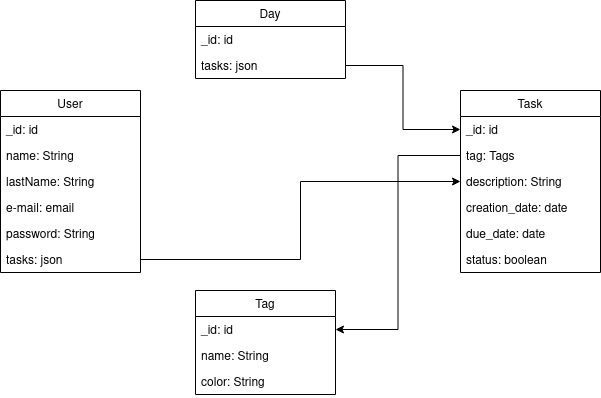
Above: Untitled Diagram.png in EstefaniaLaverde/proyectoDesarrollo (draw.io), before the change. Source tidied: cells renumbered, new cells last; positions are measured from the earlier drawing's top-left corner, leaving out a move shared by most shapes. Source of this version:
```xml
<mxGraphModel>
  <root>
    <mxCell id="0" />
    <mxCell id="1" parent="0" />
    <mxCell id="2" value="User" style="swimlane;fontStyle=0;horizontal=1;startSize=26;fillColor=none;" parent="1" vertex="1">
      <mxGeometry y="90" width="140" height="182" as="geometry" />
    </mxCell>
    <mxCell id="3" value="_id: id" style="text;strokeColor=none;fillColor=none;align=left;verticalAlign=top;spacingLeft=4;spacingRight=4;overflow=hidden;" parent="2" vertex="1">
      <mxGeometry y="26" width="140" height="26" as="geometry" />
    </mxCell>
    <mxCell id="4" value="name: String" style="text;strokeColor=none;fillColor=none;align=left;verticalAlign=top;spacingLeft=4;spacingRight=4;overflow=hidden;" parent="2" vertex="1">
      <mxGeometry y="52" width="140" height="26" as="geometry" />
    </mxCell>
    <mxCell id="5" value="lastName: String" style="text;strokeColor=none;fillColor=none;align=left;verticalAlign=top;spacingLeft=4;spacingRight=4;overflow=hidden;" parent="2" vertex="1">
      <mxGeometry y="78" width="140" height="26" as="geometry" />
    </mxCell>
    <mxCell id="6" value="e-mail: email" style="text;strokeColor=none;fillColor=none;align=left;verticalAlign=top;spacingLeft=4;spacingRight=4;overflow=hidden;" parent="2" vertex="1">
      <mxGeometry y="104" width="140" height="26" as="geometry" />
    </mxCell>
    <mxCell id="7" value="password: String" style="text;strokeColor=none;fillColor=none;align=left;verticalAlign=top;spacingLeft=4;spacingRight=4;overflow=hidden;" parent="2" vertex="1">
      <mxGeometry y="130" width="140" height="26" as="geometry" />
    </mxCell>
    <mxCell id="8" value="tasks: json" style="text;strokeColor=none;fillColor=none;align=left;verticalAlign=top;spacingLeft=4;spacingRight=4;overflow=hidden;points=[[0,0.5],[1,0.5]];portConstraint=eastwest;" parent="2" vertex="1">
      <mxGeometry y="156" width="140" height="26" as="geometry" />
    </mxCell>
    <mxCell id="9" value="Task" style="swimlane;fontStyle=0;horizontal=1;startSize=26;fillColor=none;" parent="1" vertex="1">
      <mxGeometry x="460" y="90" width="140" height="182" as="geometry" />
    </mxCell>
    <mxCell id="10" value="_id: id" style="text;strokeColor=none;fillColor=none;align=left;verticalAlign=top;spacingLeft=4;spacingRight=4;overflow=hidden;points=[[0,0.5],[1,0.5]];portConstraint=eastwest;" parent="9" vertex="1">
      <mxGeometry y="26" width="140" height="26" as="geometry" />
    </mxCell>
    <mxCell id="11" value="tag: Tags" style="text;strokeColor=none;fillColor=none;align=left;verticalAlign=top;spacingLeft=4;spacingRight=4;overflow=hidden;points=[[0,0.5],[1,0.5]];portConstraint=eastwest;" parent="9" vertex="1">
      <mxGeometry y="52" width="140" height="26" as="geometry" />
    </mxCell>
    <mxCell id="12" value="description: String" style="text;strokeColor=none;fillColor=none;align=left;verticalAlign=top;spacingLeft=4;spacingRight=4;overflow=hidden;" parent="9" vertex="1">
      <mxGeometry y="78" width="140" height="26" as="geometry" />
    </mxCell>
    <mxCell id="13" value="creation_date: date" style="text;strokeColor=none;fillColor=none;align=left;verticalAlign=top;spacingLeft=4;spacingRight=4;overflow=hidden;" parent="9" vertex="1">
      <mxGeometry y="104" width="140" height="26" as="geometry" />
    </mxCell>
    <mxCell id="14" value="due_date: date" style="text;strokeColor=none;fillColor=none;align=left;verticalAlign=top;spacingLeft=4;spacingRight=4;overflow=hidden;" parent="9" vertex="1">
      <mxGeometry y="130" width="140" height="26" as="geometry" />
    </mxCell>
    <mxCell id="15" value="status: boolean" style="text;strokeColor=none;fillColor=none;align=left;verticalAlign=top;spacingLeft=4;spacingRight=4;overflow=hidden;" parent="9" vertex="1">
      <mxGeometry y="156" width="140" height="26" as="geometry" />
    </mxCell>
    <mxCell id="16" value="Day" style="swimlane;fontStyle=0;horizontal=1;startSize=26;fillColor=none;" parent="1" vertex="1">
      <mxGeometry x="195" width="150" height="78" as="geometry" />
    </mxCell>
    <mxCell id="17" value="_id: id" style="text;strokeColor=none;fillColor=none;align=left;verticalAlign=top;spacingLeft=4;spacingRight=4;overflow=hidden;" parent="16" vertex="1">
      <mxGeometry y="26" width="150" height="26" as="geometry" />
    </mxCell>
    <mxCell id="18" value="tasks: json" style="text;strokeColor=none;fillColor=none;align=left;verticalAlign=top;spacingLeft=4;spacingRight=4;overflow=hidden;points=[[0,0.5],[1,0.5]];portConstraint=eastwest;" parent="16" vertex="1">
      <mxGeometry y="52" width="150" height="26" as="geometry" />
    </mxCell>
    <mxCell id="19" value="Tag" style="swimlane;fontStyle=0;horizontal=1;startSize=26;fillColor=none;" parent="1" vertex="1">
      <mxGeometry x="195" y="290" width="140" height="104" as="geometry" />
    </mxCell>
    <mxCell id="20" value="_id: id" style="text;strokeColor=none;fillColor=none;align=left;verticalAlign=top;spacingLeft=4;spacingRight=4;overflow=hidden;points=[[0,0.5],[1,0.5]];portConstraint=eastwest;" parent="19" vertex="1">
      <mxGeometry y="26" width="140" height="26" as="geometry" />
    </mxCell>
    <mxCell id="21" value="name: String" style="text;strokeColor=none;fillColor=none;align=left;verticalAlign=top;spacingLeft=4;spacingRight=4;overflow=hidden;" parent="19" vertex="1">
      <mxGeometry y="52" width="140" height="26" as="geometry" />
    </mxCell>
    <mxCell id="22" value="color: String" style="text;strokeColor=none;fillColor=none;align=left;verticalAlign=top;spacingLeft=4;spacingRight=4;overflow=hidden;" parent="19" vertex="1">
      <mxGeometry y="78" width="140" height="26" as="geometry" />
    </mxCell>
    <mxCell id="23" style="edgeStyle=orthogonalEdgeStyle;rounded=0;jettySize=auto;html=1;" parent="1" edge="1" source="18" target="10">
      <mxGeometry relative="1" as="geometry" />
    </mxCell>
    <mxCell id="24" style="edgeStyle=orthogonalEdgeStyle;rounded=0;jettySize=auto;html=1;" parent="1" edge="1" source="11" target="20">
      <mxGeometry relative="1" as="geometry" />
    </mxCell>
    <mxCell id="25" style="edgeStyle=orthogonalEdgeStyle;rounded=0;jettySize=auto;html=1;" parent="1" edge="1" source="8" target="9">
      <mxGeometry relative="1" as="geometry" />
    </mxCell>
  </root>
</mxGraphModel>
```
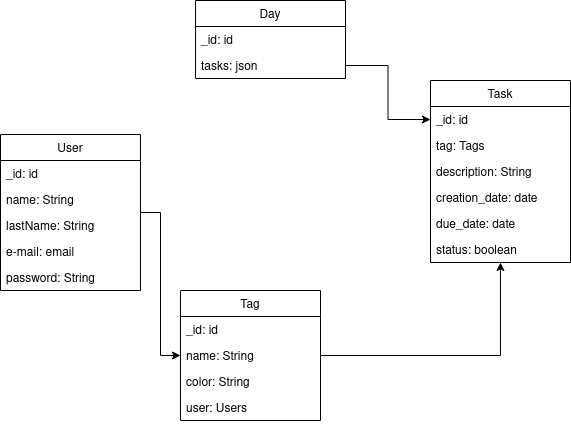
The same diagram one commit later.

Commit message:
Nuevo modelo de datos

What changed in the source:
```diff
@@ -2,8 +2,11 @@
   <root>
     <mxCell id="0" />
     <mxCell id="1" parent="0" />
+    <mxCell id="26" style="edgeStyle=orthogonalEdgeStyle;rounded=0;jettySize=auto;html=1;" parent="1" edge="1" source="2" target="19">
+      <mxGeometry relative="1" as="geometry" />
+    </mxCell>
     <mxCell id="2" value="User" style="swimlane;fontStyle=0;horizontal=1;startSize=26;fillColor=none;" parent="1" vertex="1">
-      <mxGeometry y="90" width="140" height="182" as="geometry" />
+      <mxGeometry y="134" width="140" height="156" as="geometry" />
     </mxCell>
     <mxCell id="3" value="_id: id" style="text;strokeColor=none;fillColor=none;align=left;verticalAlign=top;spacingLeft=4;spacingRight=4;overflow=hidden;" parent="2" vertex="1">
       <mxGeometry y="26" width="140" height="26" as="geometry" />
@@ -20,11 +23,8 @@
     <mxCell id="7" value="password: String" style="text;strokeColor=none;fillColor=none;align=left;verticalAlign=top;spacingLeft=4;spacingRight=4;overflow=hidden;" parent="2" vertex="1">
       <mxGeometry y="130" width="140" height="26" as="geometry" />
     </mxCell>
-    <mxCell id="8" value="tasks: json" style="text;strokeColor=none;fillColor=none;align=left;verticalAlign=top;spacingLeft=4;spacingRight=4;overflow=hidden;points=[[0,0.5],[1,0.5]];portConstraint=eastwest;" parent="2" vertex="1">
-      <mxGeometry y="156" width="140" height="26" as="geometry" />
-    </mxCell>
     <mxCell id="9" value="Task" style="swimlane;fontStyle=0;horizontal=1;startSize=26;fillColor=none;" parent="1" vertex="1">
-      <mxGeometry x="460" y="90" width="140" height="182" as="geometry" />
+      <mxGeometry x="430" y="80" width="140" height="182" as="geometry" />
     </mxCell>
     <mxCell id="10" value="_id: id" style="text;strokeColor=none;fillColor=none;align=left;verticalAlign=top;spacingLeft=4;spacingRight=4;overflow=hidden;points=[[0,0.5],[1,0.5]];portConstraint=eastwest;" parent="9" vertex="1">
       <mxGeometry y="26" width="140" height="26" as="geometry" />
@@ -53,8 +53,11 @@
     <mxCell id="18" value="tasks: json" style="text;strokeColor=none;fillColor=none;align=left;verticalAlign=top;spacingLeft=4;spacingRight=4;overflow=hidden;points=[[0,0.5],[1,0.5]];portConstraint=eastwest;" parent="16" vertex="1">
       <mxGeometry y="52" width="150" height="26" as="geometry" />
     </mxCell>
+    <mxCell id="27" style="edgeStyle=orthogonalEdgeStyle;rounded=0;jettySize=auto;html=1;" parent="1" edge="1" source="19" target="9">
+      <mxGeometry relative="1" as="geometry" />
+    </mxCell>
     <mxCell id="19" value="Tag" style="swimlane;fontStyle=0;horizontal=1;startSize=26;fillColor=none;" parent="1" vertex="1">
-      <mxGeometry x="195" y="290" width="140" height="104" as="geometry" />
+      <mxGeometry x="180" y="290" width="140" height="130" as="geometry" />
     </mxCell>
     <mxCell id="20" value="_id: id" style="text;strokeColor=none;fillColor=none;align=left;verticalAlign=top;spacingLeft=4;spacingRight=4;overflow=hidden;points=[[0,0.5],[1,0.5]];portConstraint=eastwest;" parent="19" vertex="1">
       <mxGeometry y="26" width="140" height="26" as="geometry" />
@@ -65,14 +68,11 @@
     <mxCell id="22" value="color: String" style="text;strokeColor=none;fillColor=none;align=left;verticalAlign=top;spacingLeft=4;spacingRight=4;overflow=hidden;" parent="19" vertex="1">
       <mxGeometry y="78" width="140" height="26" as="geometry" />
     </mxCell>
+    <mxCell id="28" value="user: Users" style="text;strokeColor=none;fillColor=none;align=left;verticalAlign=top;spacingLeft=4;spacingRight=4;overflow=hidden;" parent="19" vertex="1">
+      <mxGeometry y="104" width="140" height="26" as="geometry" />
+    </mxCell>
     <mxCell id="23" style="edgeStyle=orthogonalEdgeStyle;rounded=0;jettySize=auto;html=1;" parent="1" edge="1" source="18" target="10">
       <mxGeometry relative="1" as="geometry" />
     </mxCell>
-    <mxCell id="24" style="edgeStyle=orthogonalEdgeStyle;rounded=0;jettySize=auto;html=1;" parent="1" edge="1" source="11" target="20">
-      <mxGeometry relative="1" as="geometry" />
-    </mxCell>
-    <mxCell id="25" style="edgeStyle=orthogonalEdgeStyle;rounded=0;jettySize=auto;html=1;" parent="1" edge="1" source="8" target="9">
-      <mxGeometry relative="1" as="geometry" />
-    </mxCell>
   </root>
 </mxGraphModel>
```
